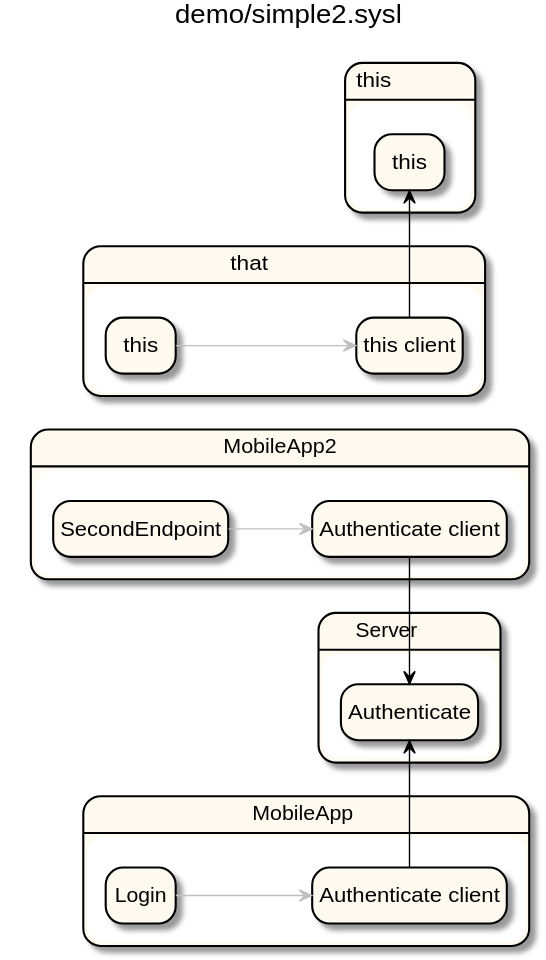
Above: docs/integrationEPA.svg in anz-bank/sysl-catalog (PlantUML), before the change.
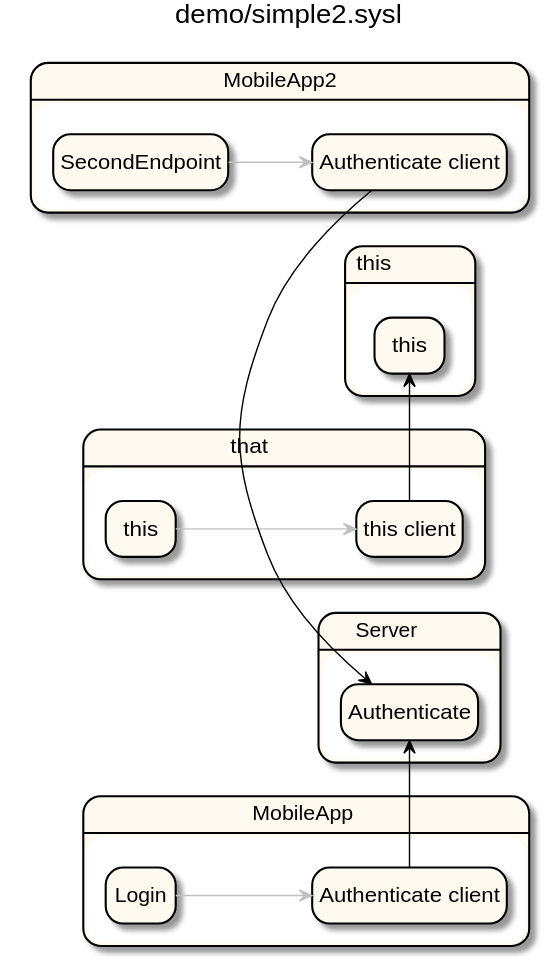
After the change.

What changed in the source:
```diff
@@ -30,8 +30,8 @@
 }
 _1 -[#silver]-> _0
 _0 -[#black]> _4
+_5 -[#silver]-> _6
+_6 -[#black]> _7
 _3 -[#silver]-> _2
 _2 -[#black]> _4
-_5 -[#silver]-> _6
-_6 -[#black]> _7
 @enduml
```
